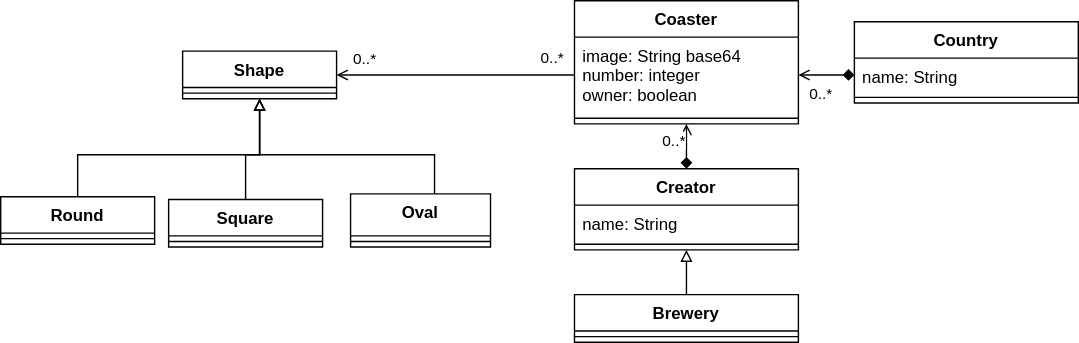
This is src/content/docs/blog/img/posts/2021-02-04-Coasters/coaster-model.drawio.svg from moosetechnology/moosetechnology.github.io, a draw.io export, as it was before one commit. Source tidied: cells renumbered, new cells last; positions are measured from the earlier drawing's top-left corner, leaving out a move shared by most shapes.
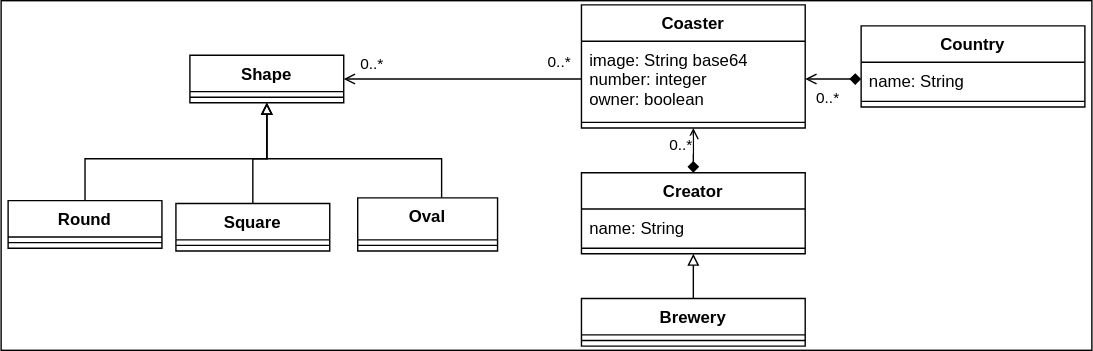
After the commit.

Commit message:
rolling back previous change + changed source file for image coaster-model.drawio.svg

The edit, as a diff of the source:
```diff
@@ -2,6 +2,9 @@
   <root>
     <mxCell id="0" />
     <mxCell id="1" parent="0" />
+    <mxCell id="32" style="rounded=0;whiteSpace=wrap;html=1;" parent="1" vertex="1">
+      <mxGeometry x="-5" y="-3" width="780" height="250" as="geometry" />
+    </mxCell>
     <mxCell id="2" value="Shape" style="swimlane;fontStyle=1;align=center;verticalAlign=top;horizontal=1;startSize=26;" parent="1" vertex="1">
       <mxGeometry x="130" y="36" width="110" height="34" as="geometry" />
     </mxCell>
```
